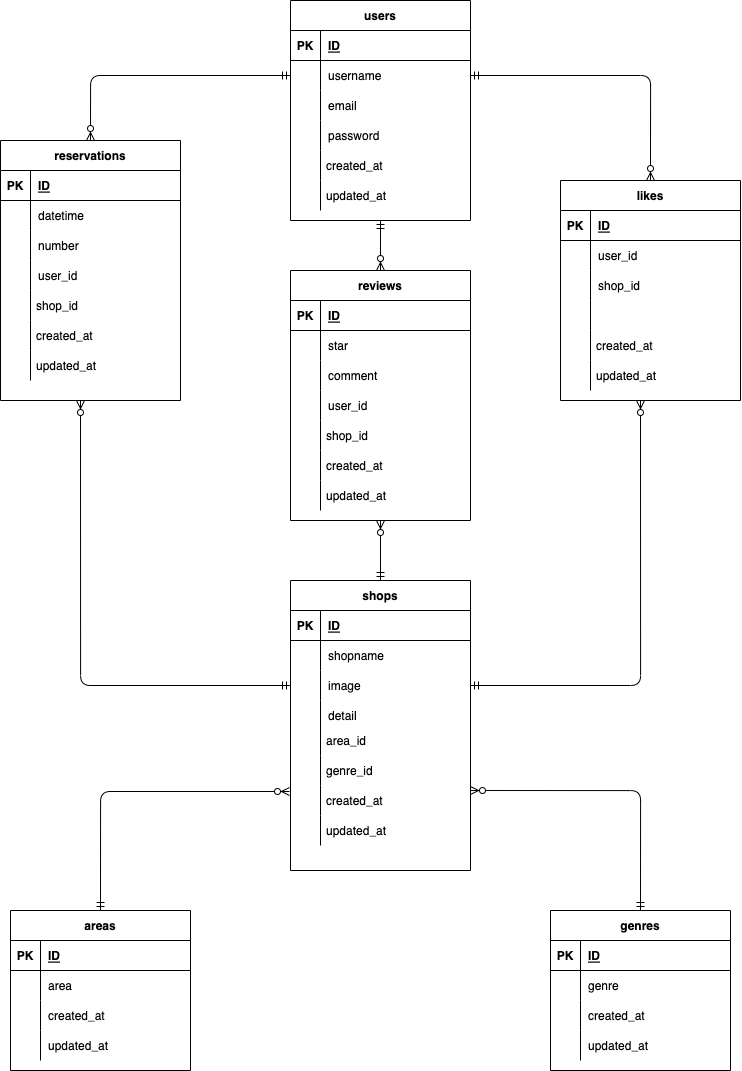
Above: index.drawio.png in domaeyoshihiro/coachtech-advanced-ec-site (draw.io), before the change. Source tidied: cells renumbered, new cells last; positions are measured from the earlier drawing's top-left corner, leaving out a move shared by most shapes.
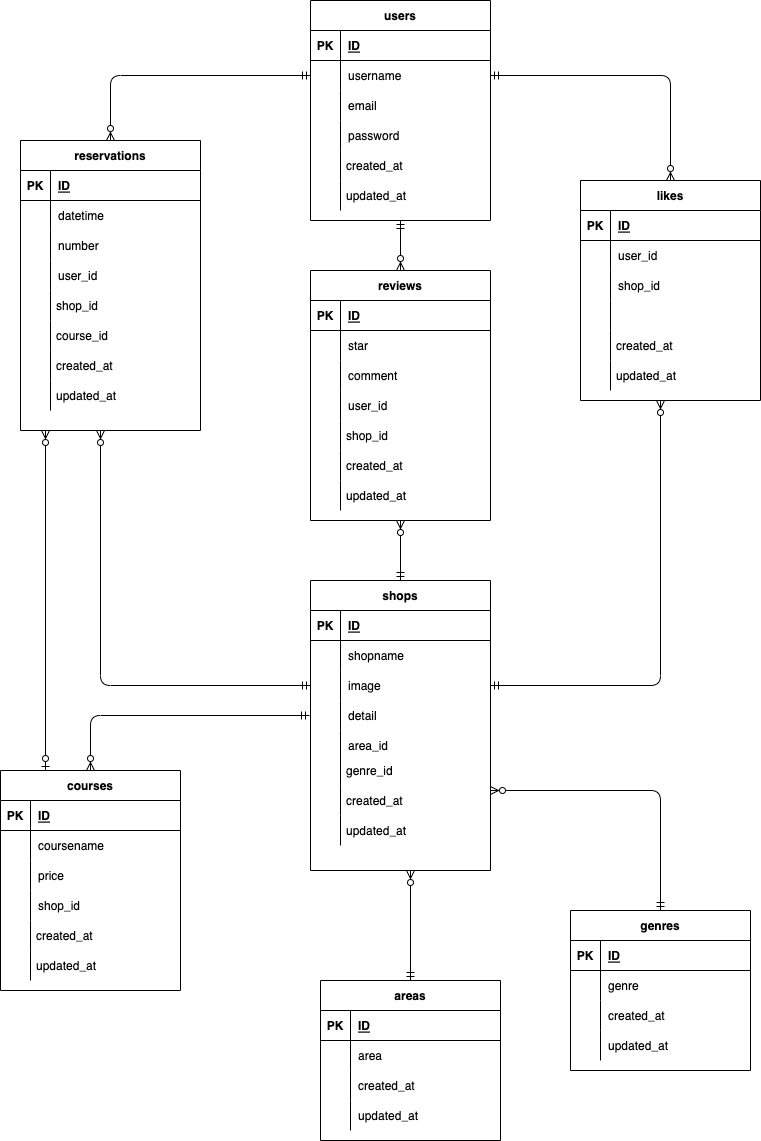
Later version of the same file.

Diff of the diagram source:
```diff
@@ -83,21 +83,24 @@
     <mxCell id="28" value="image" style="shape=partialRectangle;fillColor=none;top=0;left=0;bottom=0;right=0;align=left;spacingLeft=6;overflow=hidden;" parent="26" vertex="1">
       <mxGeometry x="30" width="150" height="30" as="geometry" />
     </mxCell>
+    <mxCell id="129" style="shape=partialRectangle;fillColor=none;top=0;left=0;bottom=0;right=0;" parent="19" vertex="1">
+      <mxGeometry y="120" width="180" height="30" as="geometry" />
+    </mxCell>
+    <mxCell id="130" style="shape=partialRectangle;fillColor=none;top=0;left=0;bottom=0;right=0;overflow=hidden;" parent="129" vertex="1">
+      <mxGeometry width="30" height="30" as="geometry" />
+    </mxCell>
+    <mxCell id="131" value="detail" style="shape=partialRectangle;fillColor=none;top=0;left=0;bottom=0;right=0;align=left;spacingLeft=6;overflow=hidden;" parent="129" vertex="1">
+      <mxGeometry x="30" width="150" height="30" as="geometry" />
+    </mxCell>
     <mxCell id="29" style="shape=partialRectangle;fillColor=none;top=0;left=0;bottom=0;right=0;" parent="19" vertex="1">
-      <mxGeometry y="120" width="180" height="30" as="geometry" />
+      <mxGeometry y="150" width="180" height="30" as="geometry" />
     </mxCell>
     <mxCell id="30" style="shape=partialRectangle;fillColor=none;top=0;left=0;bottom=0;right=0;overflow=hidden;" parent="29" vertex="1">
       <mxGeometry width="30" height="30" as="geometry" />
     </mxCell>
-    <mxCell id="31" value="detail" style="shape=partialRectangle;fillColor=none;top=0;left=0;bottom=0;right=0;align=left;spacingLeft=6;overflow=hidden;" parent="29" vertex="1">
+    <mxCell id="31" value="area_id" style="shape=partialRectangle;fillColor=none;top=0;left=0;bottom=0;right=0;align=left;spacingLeft=6;overflow=hidden;" parent="29" vertex="1">
       <mxGeometry x="30" width="150" height="30" as="geometry" />
     </mxCell>
-    <mxCell id="32" value="area_id" style="shape=partialRectangle;fillColor=none;align=left;verticalAlign=middle;strokeColor=none;spacingLeft=34;" parent="1" vertex="1">
-      <mxGeometry x="290" y="725" width="90" height="30" as="geometry" />
-    </mxCell>
-    <mxCell id="33" style="shape=partialRectangle;top=0;left=0;bottom=0;fillColor=none;stokeWidth=1;align=left;verticalAlign=middle;spacingLeft=4;spacingRight=4;overflow=hidden;" parent="32" vertex="1">
-      <mxGeometry width="30" height="30" as="geometry" />
-    </mxCell>
     <mxCell id="34" value="genre_id" style="shape=partialRectangle;fillColor=none;align=left;verticalAlign=middle;strokeColor=none;spacingLeft=34;" parent="1" vertex="1">
       <mxGeometry x="290" y="755" width="90" height="30" as="geometry" />
     </mxCell>
@@ -105,7 +108,7 @@
       <mxGeometry width="30" height="30" as="geometry" />
     </mxCell>
     <mxCell id="36" value="reservations" style="shape=table;startSize=30;rowLines=0;fontStyle=1;align=center;" parent="1" vertex="1">
-      <mxGeometry y="140" width="180" height="260" as="geometry" />
+      <mxGeometry y="140" width="180" height="290" as="geometry" />
     </mxCell>
     <mxCell id="37" style="shape=partialRectangle;fillColor=none;top=0;left=0;bottom=1;right=0;" parent="36" vertex="1">
       <mxGeometry y="30" width="180" height="30" as="geometry" />
@@ -143,20 +146,20 @@
     <mxCell id="48" value="user_id" style="shape=partialRectangle;fillColor=none;top=0;left=0;bottom=0;right=0;align=left;spacingLeft=6;overflow=hidden;" parent="46" vertex="1">
       <mxGeometry x="30" width="150" height="30" as="geometry" />
     </mxCell>
-    <mxCell id="49" value="shop_id" style="shape=partialRectangle;fillColor=none;align=left;verticalAlign=middle;strokeColor=none;spacingLeft=34;" parent="1" vertex="1">
-      <mxGeometry y="290" width="90" height="30" as="geometry" />
+    <mxCell id="49" value="course_id" style="shape=partialRectangle;fillColor=none;align=left;verticalAlign=middle;strokeColor=none;spacingLeft=34;" parent="1" vertex="1">
+      <mxGeometry y="320" width="90" height="30" as="geometry" />
     </mxCell>
     <mxCell id="50" style="shape=partialRectangle;top=0;left=0;bottom=0;fillColor=none;stokeWidth=1;align=left;verticalAlign=middle;spacingLeft=4;spacingRight=4;overflow=hidden;" parent="49" vertex="1">
       <mxGeometry width="30" height="30" as="geometry" />
     </mxCell>
     <mxCell id="51" value="created_at" style="shape=partialRectangle;fillColor=none;align=left;verticalAlign=middle;strokeColor=none;spacingLeft=34;" parent="1" vertex="1">
-      <mxGeometry y="320" width="90" height="30" as="geometry" />
+      <mxGeometry y="350" width="90" height="30" as="geometry" />
     </mxCell>
     <mxCell id="52" style="shape=partialRectangle;top=0;left=0;bottom=0;fillColor=none;stokeWidth=1;align=left;verticalAlign=middle;spacingLeft=4;spacingRight=4;overflow=hidden;" parent="51" vertex="1">
       <mxGeometry width="30" height="30" as="geometry" />
     </mxCell>
     <mxCell id="53" value="areas" style="shape=table;startSize=30;rowLines=0;fontStyle=1;align=center;" parent="1" vertex="1">
-      <mxGeometry x="10" y="910" width="180" height="160" as="geometry" />
+      <mxGeometry x="300" y="980" width="180" height="160" as="geometry" />
     </mxCell>
     <mxCell id="54" style="shape=partialRectangle;fillColor=none;top=0;left=0;bottom=1;right=0;" parent="53" vertex="1">
       <mxGeometry y="30" width="180" height="30" as="geometry" />
@@ -297,18 +300,15 @@
     </mxCell>
     <mxCell id="99" style="edgeStyle=orthogonalEdgeStyle;fontSize=12;html=1;endArrow=ERzeroToMany;startArrow=ERmandOne;exitX=0;exitY=0.5;exitDx=0;exitDy=0;" parent="1" edge="1" source="26">
       <mxGeometry relative="1" as="geometry">
-        <mxPoint x="80" y="400" as="targetPoint" />
+        <mxPoint x="80" y="430" as="targetPoint" />
       </mxGeometry>
     </mxCell>
     <mxCell id="100" value="updated_at" style="shape=partialRectangle;fillColor=none;align=left;verticalAlign=middle;strokeColor=none;spacingLeft=34;" parent="1" vertex="1">
-      <mxGeometry y="350" width="90" height="30" as="geometry" />
+      <mxGeometry y="380" width="90" height="30" as="geometry" />
     </mxCell>
     <mxCell id="101" style="shape=partialRectangle;top=0;left=0;bottom=0;fillColor=none;stokeWidth=1;align=left;verticalAlign=middle;spacingLeft=4;spacingRight=4;overflow=hidden;" parent="100" vertex="1">
       <mxGeometry width="30" height="30" as="geometry" />
     </mxCell>
-    <mxCell id="102" style="edgeStyle=orthogonalEdgeStyle;fontSize=12;html=1;endArrow=ERzeroToMany;startArrow=ERmandOne;exitX=0.5;exitY=0;exitDx=0;exitDy=0;entryX=-0.011;entryY=0.2;entryDx=0;entryDy=0;entryPerimeter=0;" parent="1" edge="1" source="53" target="103">
-      <mxGeometry relative="1" as="geometry" />
-    </mxCell>
     <mxCell id="103" value="created_at" style="shape=partialRectangle;fillColor=none;align=left;verticalAlign=middle;strokeColor=none;spacingLeft=34;points=[[0,0.5],[1,0.5]];portConstraint=eastwest;" parent="1" vertex="1">
       <mxGeometry x="290" y="785" width="90" height="30" as="geometry" />
     </mxCell>
@@ -392,5 +392,81 @@
     <mxCell id="128" style="fontSize=12;html=1;endArrow=ERzeroToMany;startArrow=ERmandOne;entryX=0.5;entryY=1;entryDx=0;entryDy=0;exitX=0.5;exitY=0;exitDx=0;exitDy=0;" parent="1" edge="1" source="19" target="108">
       <mxGeometry relative="1" as="geometry" />
     </mxCell>
+    <mxCell id="132" value="courses" style="shape=table;startSize=30;rowLines=0;fontStyle=1;align=center;" parent="1" vertex="1">
+      <mxGeometry x="-20" y="770" width="180" height="220" as="geometry" />
+    </mxCell>
+    <mxCell id="133" style="shape=partialRectangle;fillColor=none;top=0;left=0;bottom=1;right=0;" parent="132" vertex="1">
+      <mxGeometry y="30" width="180" height="30" as="geometry" />
+    </mxCell>
+    <mxCell id="134" value="PK" style="shape=partialRectangle;fillColor=none;top=0;left=0;bottom=0;right=0;fontStyle=1;overflow=hidden;" parent="133" vertex="1">
+      <mxGeometry width="30" height="30" as="geometry" />
+    </mxCell>
+    <mxCell id="135" value="ID" style="shape=partialRectangle;fillColor=none;top=0;left=0;bottom=0;right=0;align=left;spacingLeft=6;fontStyle=5;overflow=hidden;" parent="133" vertex="1">
+      <mxGeometry x="30" width="150" height="30" as="geometry" />
+    </mxCell>
+    <mxCell id="136" style="shape=partialRectangle;fillColor=none;top=0;left=0;bottom=0;right=0;" parent="132" vertex="1">
+      <mxGeometry y="60" width="180" height="30" as="geometry" />
+    </mxCell>
+    <mxCell id="137" style="shape=partialRectangle;fillColor=none;top=0;left=0;bottom=0;right=0;overflow=hidden;" parent="136" vertex="1">
+      <mxGeometry width="30" height="30" as="geometry" />
+    </mxCell>
+    <mxCell id="138" value="coursename" style="shape=partialRectangle;fillColor=none;top=0;left=0;bottom=0;right=0;align=left;spacingLeft=6;overflow=hidden;" parent="136" vertex="1">
+      <mxGeometry x="30" width="150" height="30" as="geometry" />
+    </mxCell>
+    <mxCell id="139" style="shape=partialRectangle;fillColor=none;top=0;left=0;bottom=0;right=0;" parent="132" vertex="1">
+      <mxGeometry y="90" width="180" height="30" as="geometry" />
+    </mxCell>
+    <mxCell id="140" style="shape=partialRectangle;fillColor=none;top=0;left=0;bottom=0;right=0;overflow=hidden;" parent="139" vertex="1">
+      <mxGeometry width="30" height="30" as="geometry" />
+    </mxCell>
+    <mxCell id="141" value="price" style="shape=partialRectangle;fillColor=none;top=0;left=0;bottom=0;right=0;align=left;spacingLeft=6;overflow=hidden;" parent="139" vertex="1">
+      <mxGeometry x="30" width="150" height="30" as="geometry" />
+    </mxCell>
+    <mxCell id="142" style="shape=partialRectangle;fillColor=none;top=0;left=0;bottom=0;right=0;" parent="132" vertex="1">
+      <mxGeometry y="120" width="180" height="30" as="geometry" />
+    </mxCell>
+    <mxCell id="143" style="shape=partialRectangle;fillColor=none;top=0;left=0;bottom=0;right=0;overflow=hidden;" parent="142" vertex="1">
+      <mxGeometry width="30" height="30" as="geometry" />
+    </mxCell>
+    <mxCell id="144" value="shop_id" style="shape=partialRectangle;fillColor=none;top=0;left=0;bottom=0;right=0;align=left;spacingLeft=6;overflow=hidden;" parent="142" vertex="1">
+      <mxGeometry x="30" width="150" height="30" as="geometry" />
+    </mxCell>
+    <mxCell id="145" value="updated_at" style="shape=partialRectangle;fillColor=none;align=left;verticalAlign=middle;strokeColor=none;spacingLeft=34;" parent="1" vertex="1">
+      <mxGeometry x="-20" y="950" width="90" height="30" as="geometry" />
+    </mxCell>
+    <mxCell id="146" style="shape=partialRectangle;top=0;left=0;bottom=0;fillColor=none;stokeWidth=1;align=left;verticalAlign=middle;spacingLeft=4;spacingRight=4;overflow=hidden;" parent="145" vertex="1">
+      <mxGeometry width="30" height="30" as="geometry" />
+    </mxCell>
+    <mxCell id="147" style="fontSize=12;html=1;endArrow=ERzeroToMany;startArrow=ERmandOne;entryX=0.5;entryY=0;entryDx=0;entryDy=0;edgeStyle=orthogonalEdgeStyle;" parent="1" edge="1" target="132">
+      <mxGeometry relative="1" as="geometry">
+        <mxPoint x="289" y="715" as="sourcePoint" />
+        <Array as="points">
+          <mxPoint x="289" y="715" />
+          <mxPoint x="70" y="715" />
+        </Array>
+      </mxGeometry>
+    </mxCell>
+    <mxCell id="148" value="created_at" style="shape=partialRectangle;fillColor=none;align=left;verticalAlign=middle;strokeColor=none;spacingLeft=34;" parent="1" vertex="1">
+      <mxGeometry x="-20" y="920" width="90" height="30" as="geometry" />
+    </mxCell>
+    <mxCell id="149" style="shape=partialRectangle;top=0;left=0;bottom=0;fillColor=none;stokeWidth=1;align=left;verticalAlign=middle;spacingLeft=4;spacingRight=4;overflow=hidden;" parent="148" vertex="1">
+      <mxGeometry width="30" height="30" as="geometry" />
+    </mxCell>
+    <mxCell id="150" value="shop_id" style="shape=partialRectangle;fillColor=none;align=left;verticalAlign=middle;strokeColor=none;spacingLeft=34;" parent="1" vertex="1">
+      <mxGeometry y="290" width="90" height="30" as="geometry" />
+    </mxCell>
+    <mxCell id="151" style="shape=partialRectangle;top=0;left=0;bottom=0;fillColor=none;stokeWidth=1;align=left;verticalAlign=middle;spacingLeft=4;spacingRight=4;overflow=hidden;" parent="150" vertex="1">
+      <mxGeometry width="30" height="30" as="geometry" />
+    </mxCell>
+    <mxCell id="152" style="fontSize=12;html=1;endArrow=ERzeroToMany;startArrow=ERmandOne;exitX=0.5;exitY=0;exitDx=0;exitDy=0;" parent="1" edge="1" source="53">
+      <mxGeometry relative="1" as="geometry">
+        <mxPoint x="390" y="870" as="targetPoint" />
+      </mxGeometry>
+    </mxCell>
+    <mxCell id="153" style="fontSize=12;html=1;endArrow=ERzeroToMany;startArrow=ERzeroToOne;exitX=0.25;exitY=0;exitDx=0;exitDy=0;" parent="1" edge="1" source="132">
+      <mxGeometry relative="1" as="geometry">
+        <mxPoint x="25" y="430" as="targetPoint" />
+      </mxGeometry>
+    </mxCell>
   </root>
 </mxGraphModel>
```
